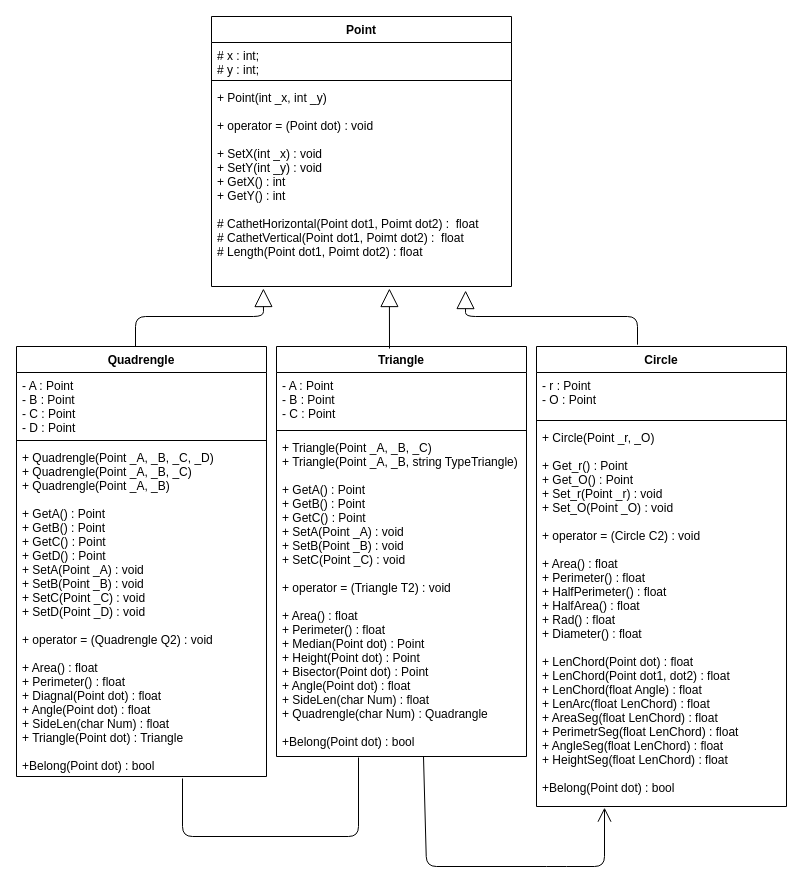
MAXXXYMIRON/OOP_-thrid_task keeps this draw.io diagram as Shapes.drawio. Above is the earlier version. Source tidied: cells renumbered, new cells numbered last; positions are measured from the earlier drawing's top-left corner, leaving out a move shared by most shapes. Both pictures are drawn from the tidied source at 100%, with x=0, y=0 at pixel (16, 16).
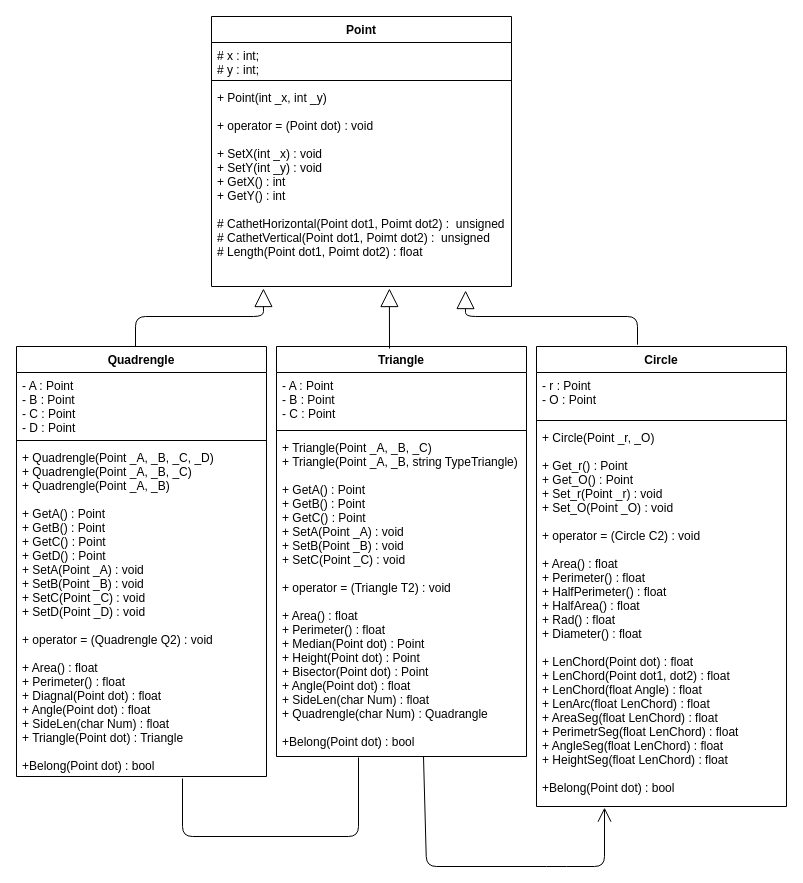
The same diagram, later.

Unchanged cells that the change refers to:
```xml
<mxCell id="2" value="Point" style="swimlane;fontStyle=1;align=center;verticalAlign=top;horizontal=1;startSize=26;" parent="1" vertex="1">
  <mxGeometry x="195" width="300" height="270" as="geometry" />
</mxCell>
```

The edit, as a diff of the source:
```diff
@@
-    <mxCell id="5" value="+ Point(int _x, int _y)&#10;&#10;+ operator = (Point dot) : void&#10;&#10;+ SetX(int _x) : void&#10;+ SetY(int _y) : void &#10;+ GetX() : int&#10;+ GetY() : int&#10;&#10;# CathetHorizontal(Point dot1, Poimt dot2) :  float&#10;# CathetVertical(Point dot1, Poimt dot2) :  float&#10;# Length(Point dot1, Poimt dot2) : float" style="text;strokeColor=none;fillColor=none;align=left;verticalAlign=top;spacingLeft=4;spacingRight=4;overflow=hidden;points=[[0,0.5],[1,0.5]];portConstraint=eastwest;" parent="2" vertex="1">
+    <mxCell id="5" value="+ Point(int _x, int _y)&#10;&#10;+ operator = (Point dot) : void&#10;&#10;+ SetX(int _x) : void&#10;+ SetY(int _y) : void &#10;+ GetX() : int&#10;+ GetY() : int&#10;&#10;# CathetHorizontal(Point dot1, Poimt dot2) :  unsigned&#10;# CathetVertical(Point dot1, Poimt dot2) :  unsigned&#10;# Length(Point dot1, Poimt dot2) : float" style="text;strokeColor=none;fillColor=none;align=left;verticalAlign=top;spacingLeft=4;spacingRight=4;overflow=hidden;points=[[0,0.5],[1,0.5]];portConstraint=eastwest;" parent="2" vertex="1">
       <mxGeometry y="68" width="300" height="202" as="geometry" />
     </mxCell>
```
